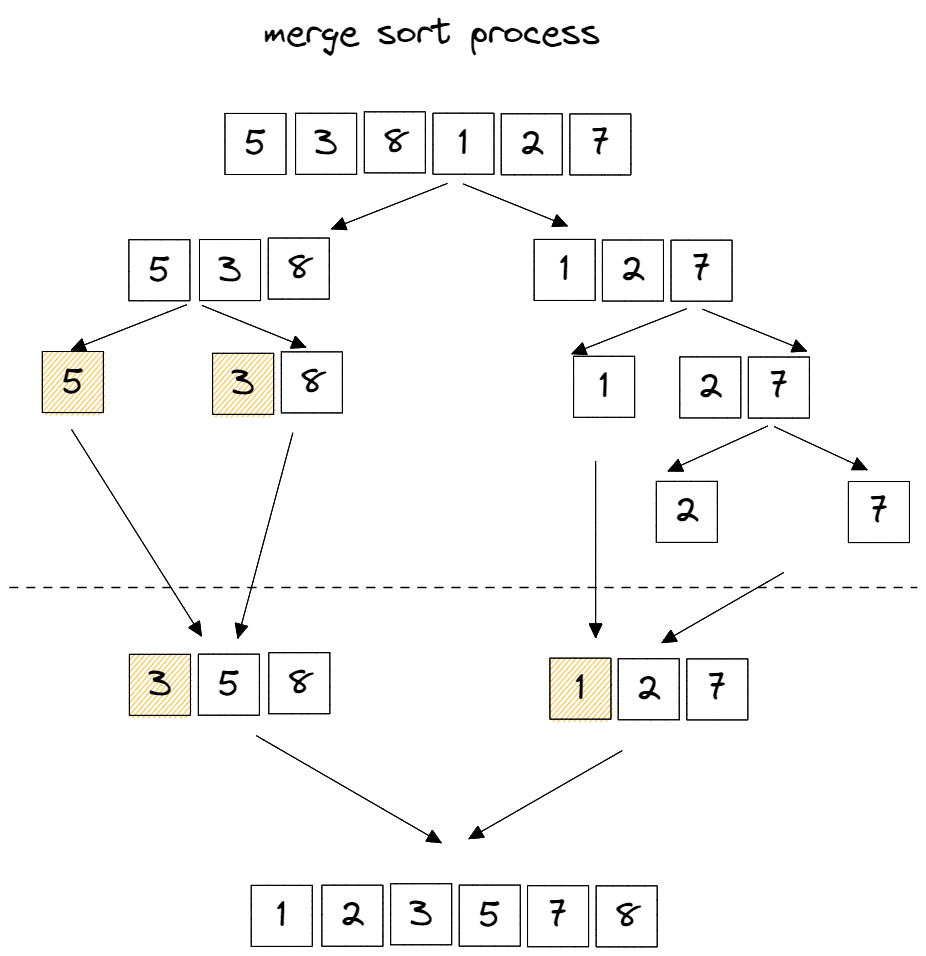
Earlier version of the Excalidraw export 12/yongki/assets/merge-sort-process.png (cs-study-org/algorithm-study). Source tidied: one line per element, renumbered; positions are measured from the earlier drawing's top-left corner, leaving out a move shared by most shapes.
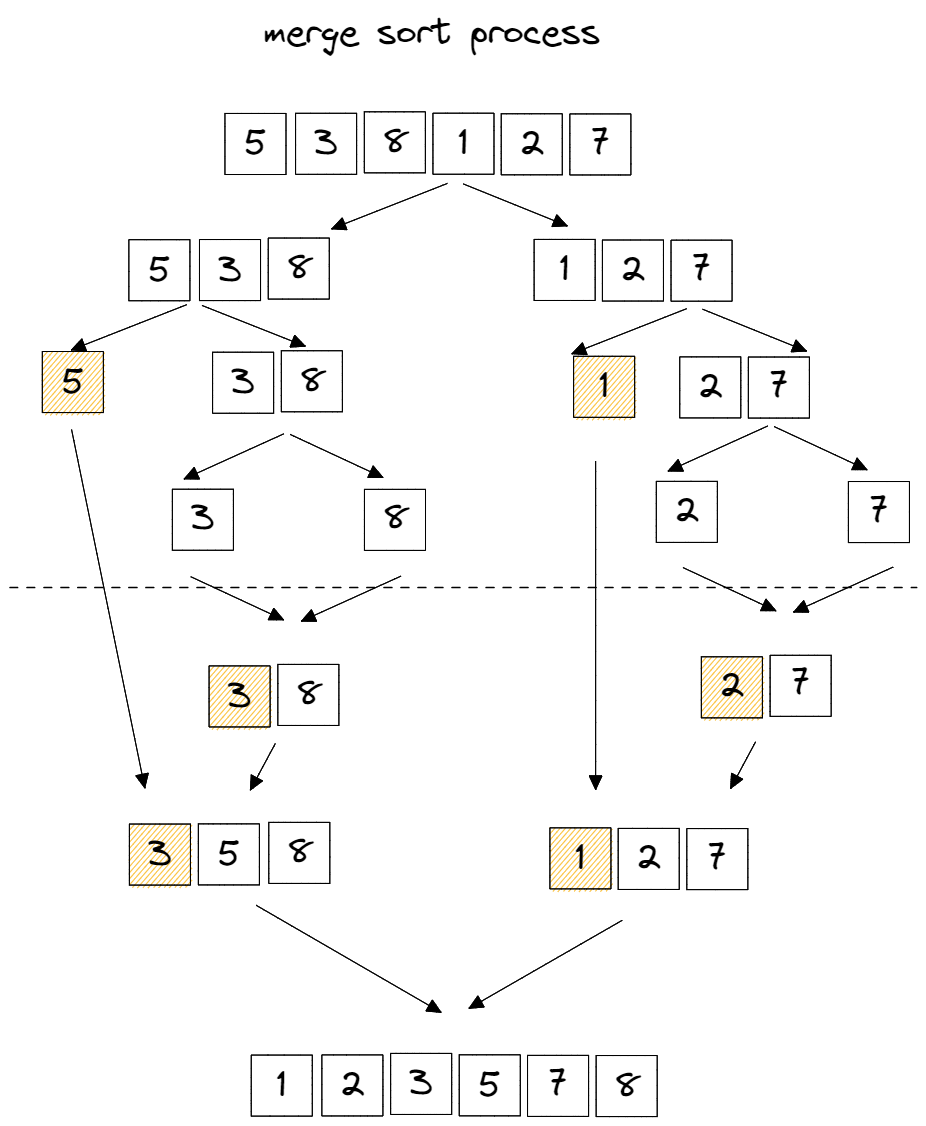
The same file after the commit.

Commit message:
:bento: Update merge sort process asset

Diff of the diagram source:
```diff
@@ -25,11 +25,11 @@
 {"id": 24, "type": "text", "text": "7", "strokeColor": "#000000", "strokeWidth": 1, "roughness": 0, "fontSize": 36, "fontFamily": 1, "textAlign": "center", "verticalAlign": "middle", "inside": 23, "x": 666, "y": 238, "width": 51, "height": 45}
 {"id": 25, "type": "rectangle", "strokeColor": "#000000", "backgroundColor": "#fab005", "fillStyle": "hachure", "strokeWidth": 1, "roughness": 0, "x": 32, "y": 342, "width": 61, "height": 61}
 {"id": 26, "type": "text", "text": "5", "strokeColor": "#000000", "strokeWidth": 1, "roughness": 0, "fontSize": 36, "fontFamily": 1, "textAlign": "center", "verticalAlign": "middle", "inside": 25, "x": 37, "y": 350, "width": 51, "height": 45}
-{"id": 27, "type": "rectangle", "strokeColor": "#000000", "backgroundColor": "#fab005", "fillStyle": "hachure", "strokeWidth": 1, "roughness": 0, "x": 203, "y": 343, "width": 61, "height": 61}
+{"id": 27, "type": "rectangle", "strokeColor": "#000000", "strokeWidth": 1, "roughness": 0, "x": 203, "y": 342, "width": 61, "height": 61}
-{"id": 28, "type": "text", "text": "3", "strokeColor": "#000000", "strokeWidth": 1, "roughness": 0, "fontSize": 36, "fontFamily": 1, "textAlign": "center", "verticalAlign": "middle", "inside": 27, "x": 208, "y": 351, "width": 51, "height": 45}
+{"id": 28, "type": "text", "text": "3", "strokeColor": "#000000", "strokeWidth": 1, "roughness": 0, "fontSize": 36, "fontFamily": 1, "textAlign": "center", "verticalAlign": "middle", "inside": 27, "x": 208, "y": 350, "width": 51, "height": 45}
-{"id": 29, "type": "rectangle", "strokeColor": "#000000", "strokeWidth": 1, "roughness": 0, "x": 271, "y": 342, "width": 61, "height": 61}
+{"id": 29, "type": "rectangle", "strokeColor": "#000000", "strokeWidth": 1, "roughness": 0, "x": 271, "y": 341, "width": 61, "height": 61}
-{"id": 30, "type": "text", "text": "8", "strokeColor": "#000000", "strokeWidth": 1, "roughness": 0, "fontSize": 36, "fontFamily": 1, "textAlign": "center", "verticalAlign": "middle", "inside": 29, "x": 276, "y": 350, "width": 51, "height": 45}
+{"id": 30, "type": "text", "text": "8", "strokeColor": "#000000", "strokeWidth": 1, "roughness": 0, "fontSize": 36, "fontFamily": 1, "textAlign": "center", "verticalAlign": "middle", "inside": 29, "x": 276, "y": 349, "width": 51, "height": 45}
-{"id": 31, "type": "rectangle", "strokeColor": "#000000", "strokeWidth": 1, "roughness": 0, "x": 564, "y": 346, "width": 61, "height": 61}
+{"id": 31, "type": "rectangle", "strokeColor": "#000000", "backgroundColor": "#fab005", "fillStyle": "hachure", "strokeWidth": 1, "roughness": 0, "x": 564, "y": 346, "width": 61, "height": 61}
 {"id": 32, "type": "text", "text": "1", "strokeColor": "#000000", "strokeWidth": 1, "roughness": 0, "fontSize": 36, "fontFamily": 1, "textAlign": "center", "verticalAlign": "middle", "inside": 31, "x": 569, "y": 354, "width": 51, "height": 45}
 {"id": 33, "type": "rectangle", "strokeColor": "#000000", "strokeWidth": 1, "roughness": 0, "x": 670, "y": 347, "width": 61, "height": 61}
 {"id": 34, "type": "text", "text": "2", "strokeColor": "#000000", "strokeWidth": 1, "roughness": 0, "fontSize": 36, "fontFamily": 1, "textAlign": "center", "verticalAlign": "middle", "inside": 33, "x": 675, "y": 355, "width": 51, "height": 45}
@@ -42,39 +42,57 @@
 {"id": 41, "type": "arrow", "strokeColor": "#000000", "strokeWidth": 1, "roughness": 0, "endArrowhead": "triangle", "from": 6, "to": 17, "x": 437, "y": 173, "width": 115, "height": 45, "points": [[0, 0], [-115, 45]]}
 {"id": 42, "type": "arrow", "strokeColor": "#000000", "strokeWidth": 1, "roughness": 0, "endArrowhead": "triangle", "from": 6, "to": 19, "x": 453, "y": 174, "width": 104, "height": 42, "points": [[0, 0], [104, 42]]}
 {"id": 43, "type": "arrow", "strokeColor": "#000000", "strokeWidth": 1, "roughness": 0, "endArrowhead": "triangle", "from": 15, "to": 25, "x": 177, "y": 295, "width": 115, "height": 45, "points": [[0, 0], [-115, 45]]}
-{"id": 44, "type": "arrow", "strokeColor": "#000000", "strokeWidth": 1, "roughness": 0, "endArrowhead": "triangle", "from": 15, "to": 29, "x": 192, "y": 295, "width": 104, "height": 42, "points": [[0, 0], [104, 42]]}
+{"id": 44, "type": "arrow", "strokeColor": "#000000", "strokeWidth": 1, "roughness": 0, "endArrowhead": "triangle", "from": 15, "to": 29, "x": 192, "y": 295, "width": 103, "height": 41, "points": [[0, 0], [103, 41]]}
 {"id": 45, "type": "arrow", "strokeColor": "#000000", "strokeWidth": 1, "roughness": 0, "endArrowhead": "triangle", "from": 23, "to": 31, "x": 677, "y": 299, "width": 115, "height": 45, "points": [[0, 0], [-115, 45]]}
 {"id": 46, "type": "arrow", "strokeColor": "#000000", "strokeWidth": 1, "roughness": 0, "endArrowhead": "triangle", "from": 23, "to": 35, "x": 693, "y": 299, "width": 104, "height": 42, "points": [[0, 0], [104, 42]]}
 {"id": 47, "type": "arrow", "strokeColor": "#000000", "strokeWidth": 1, "roughness": 0, "endArrowhead": "triangle", "from": 35, "to": 37, "x": 758, "y": 416, "width": 99, "height": 45, "points": [[0, 0], [-99, 45]]}
 {"id": 48, "type": "arrow", "strokeColor": "#000000", "strokeWidth": 1, "roughness": 0, "endArrowhead": "triangle", "from": 35, "to": 39, "x": 764, "y": 417, "width": 93, "height": 43, "points": [[0, 0], [93, 43]]}
-{"id": 49, "type": "rectangle", "strokeColor": "#000000", "backgroundColor": "#fab005", "fillStyle": "hachure", "strokeWidth": 1, "roughness": 0, "x": 119, "y": 644, "width": 61, "height": 61}
+{"id": 49, "type": "rectangle", "strokeColor": "#000000", "backgroundColor": "#fab005", "fillStyle": "hachure", "strokeWidth": 1, "roughness": 0, "x": 119, "y": 814, "width": 61, "height": 61}
-{"id": 50, "type": "text", "text": "3", "strokeColor": "#000000", "strokeWidth": 1, "roughness": 0, "fontSize": 36, "fontFamily": 1, "textAlign": "center", "verticalAlign": "middle", "inside": 49, "x": 124, "y": 652, "width": 51, "height": 45}
+{"id": 50, "type": "text", "text": "3", "strokeColor": "#000000", "strokeWidth": 1, "roughness": 0, "fontSize": 36, "fontFamily": 1, "textAlign": "center", "verticalAlign": "middle", "inside": 49, "x": 124, "y": 822, "width": 51, "height": 45}
-{"id": 51, "type": "rectangle", "strokeColor": "#000000", "strokeWidth": 1, "roughness": 0, "x": 188, "y": 644, "width": 61, "height": 61}
+{"id": 51, "type": "rectangle", "strokeColor": "#000000", "strokeWidth": 1, "roughness": 0, "x": 188, "y": 814, "width": 61, "height": 61}
-{"id": 52, "type": "text", "text": "5", "strokeColor": "#000000", "strokeWidth": 1, "roughness": 0, "fontSize": 36, "fontFamily": 1, "textAlign": "center", "verticalAlign": "middle", "inside": 51, "x": 193, "y": 652, "width": 51, "height": 45}
+{"id": 52, "type": "text", "text": "5", "strokeColor": "#000000", "strokeWidth": 1, "roughness": 0, "fontSize": 36, "fontFamily": 1, "textAlign": "center", "verticalAlign": "middle", "inside": 51, "x": 193, "y": 822, "width": 51, "height": 45}
-{"id": 53, "type": "rectangle", "strokeColor": "#000000", "strokeWidth": 1, "roughness": 0, "x": 259, "y": 643, "width": 61, "height": 61}
+{"id": 53, "type": "rectangle", "strokeColor": "#000000", "strokeWidth": 1, "roughness": 0, "x": 259, "y": 812, "width": 61, "height": 61}
-{"id": 54, "type": "text", "text": "8", "strokeColor": "#000000", "strokeWidth": 1, "roughness": 0, "fontSize": 36, "fontFamily": 1, "textAlign": "center", "verticalAlign": "middle", "inside": 53, "x": 264, "y": 651, "width": 51, "height": 45}
+{"id": 54, "type": "text", "text": "8", "strokeColor": "#000000", "strokeWidth": 1, "roughness": 0, "fontSize": 36, "fontFamily": 1, "textAlign": "center", "verticalAlign": "middle", "inside": 53, "x": 264, "y": 820, "width": 51, "height": 45}
-{"id": 55, "type": "rectangle", "strokeColor": "#000000", "backgroundColor": "#fab005", "fillStyle": "hachure", "strokeWidth": 1, "roughness": 0, "x": 540, "y": 648, "width": 61, "height": 61}
+{"id": 55, "type": "rectangle", "strokeColor": "#000000", "backgroundColor": "#fab005", "fillStyle": "hachure", "strokeWidth": 1, "roughness": 0, "x": 540, "y": 818, "width": 61, "height": 61}
-{"id": 56, "type": "text", "text": "1", "strokeColor": "#000000", "strokeWidth": 1, "roughness": 0, "fontSize": 36, "fontFamily": 1, "textAlign": "center", "verticalAlign": "middle", "inside": 55, "x": 545, "y": 656, "width": 51, "height": 45}
+{"id": 56, "type": "text", "text": "1", "strokeColor": "#000000", "strokeWidth": 1, "roughness": 0, "fontSize": 36, "fontFamily": 1, "textAlign": "center", "verticalAlign": "middle", "inside": 55, "x": 545, "y": 826, "width": 51, "height": 45}
-{"id": 57, "type": "rectangle", "strokeColor": "#000000", "strokeWidth": 1, "roughness": 0, "x": 608, "y": 649, "width": 61, "height": 61}
+{"id": 57, "type": "rectangle", "strokeColor": "#000000", "strokeWidth": 1, "roughness": 0, "x": 608, "y": 818, "width": 61, "height": 61}
-{"id": 58, "type": "text", "text": "2", "strokeColor": "#000000", "strokeWidth": 1, "roughness": 0, "fontSize": 36, "fontFamily": 1, "textAlign": "center", "verticalAlign": "middle", "inside": 57, "x": 613, "y": 657, "width": 51, "height": 45}
+{"id": 58, "type": "text", "text": "2", "strokeColor": "#000000", "strokeWidth": 1, "roughness": 0, "fontSize": 36, "fontFamily": 1, "textAlign": "center", "verticalAlign": "middle", "inside": 57, "x": 613, "y": 826, "width": 51, "height": 45}
-{"id": 59, "type": "rectangle", "strokeColor": "#000000", "strokeWidth": 1, "roughness": 0, "x": 677, "y": 649, "width": 61, "height": 61}
+{"id": 59, "type": "rectangle", "strokeColor": "#000000", "strokeWidth": 1, "roughness": 0, "x": 677, "y": 819, "width": 61, "height": 61}
-{"id": 60, "type": "text", "text": "7", "strokeColor": "#000000", "strokeWidth": 1, "roughness": 0, "fontSize": 36, "fontFamily": 1, "textAlign": "center", "verticalAlign": "middle", "inside": 59, "x": 682, "y": 657, "width": 51, "height": 45}
+{"id": 60, "type": "text", "text": "7", "strokeColor": "#000000", "strokeWidth": 1, "roughness": 0, "fontSize": 36, "fontFamily": 1, "textAlign": "center", "verticalAlign": "middle", "inside": 59, "x": 682, "y": 827, "width": 51, "height": 45}
-{"id": 61, "type": "arrow", "strokeColor": "#000000", "backgroundColor": "#fab005", "fillStyle": "hachure", "strokeWidth": 1, "roughness": 0, "endArrowhead": "triangle", "x": 62, "y": 419, "width": 130, "height": 206, "points": [[0, 0], [130, 206]]}
+{"id": 61, "type": "arrow", "strokeColor": "#000000", "backgroundColor": "#fab005", "fillStyle": "hachure", "strokeWidth": 1, "roughness": 0, "endArrowhead": "triangle", "x": 62, "y": 419, "width": 73, "height": 358, "points": [[0, 0], [73, 358]]}
 {"id": 62, "type": "line", "strokeColor": "#000000", "backgroundColor": "#fab005", "fillStyle": "hachure", "strokeWidth": 1, "strokeStyle": "dashed", "roughness": 0, "x": 0, "y": 578, "width": 907, "height": 0, "points": [[0, 0], [907, 0]]}
-{"id": 63, "type": "arrow", "strokeColor": "#000000", "backgroundColor": "#fab005", "fillStyle": "hachure", "strokeWidth": 1, "roughness": 0, "endArrowhead": "triangle", "x": 283, "y": 423, "width": 55, "height": 205, "points": [[0, 0], [-55, 205]]}
-{"id": 64, "type": "arrow", "strokeColor": "#000000", "backgroundColor": "#fab005", "fillStyle": "hachure", "strokeWidth": 1, "roughness": 0, "endArrowhead": "triangle", "x": 586, "y": 451, "width": 0, "height": 176, "points": [[0, 0], [0, 176]]}
+{"id": 64, "type": "arrow", "strokeColor": "#000000", "backgroundColor": "#fab005", "fillStyle": "hachure", "strokeWidth": 1, "roughness": 0, "endArrowhead": "triangle", "x": 586, "y": 451, "width": 0, "height": 328, "points": [[0, 0], [0, 328]]}
-{"id": 65, "type": "arrow", "strokeColor": "#000000", "backgroundColor": "#fab005", "fillStyle": "hachure", "strokeWidth": 1, "roughness": 0, "endArrowhead": "triangle", "to": 57, "x": 774, "y": 563, "width": 121, "height": 70, "points": [[0, 0], [-121, 70]]}
-{"id": 66, "type": "rectangle", "strokeColor": "#000000", "strokeWidth": 1, "roughness": 0, "x": 241, "y": 875, "width": 61, "height": 61}
+{"id": 66, "type": "rectangle", "strokeColor": "#000000", "strokeWidth": 1, "roughness": 0, "x": 241, "y": 1045, "width": 61, "height": 61}
-{"id": 67, "type": "text", "text": "1", "strokeColor": "#000000", "strokeWidth": 1, "roughness": 0, "fontSize": 36, "fontFamily": 1, "textAlign": "center", "verticalAlign": "middle", "inside": 66, "x": 246, "y": 883, "width": 51, "height": 45}
+{"id": 67, "type": "text", "text": "1", "strokeColor": "#000000", "strokeWidth": 1, "roughness": 0, "fontSize": 36, "fontFamily": 1, "textAlign": "center", "verticalAlign": "middle", "inside": 66, "x": 246, "y": 1053, "width": 51, "height": 45}
-{"id": 68, "type": "rectangle", "strokeColor": "#000000", "strokeWidth": 1, "roughness": 0, "x": 312, "y": 875, "width": 61, "height": 61}
+{"id": 68, "type": "rectangle", "strokeColor": "#000000", "strokeWidth": 1, "roughness": 0, "x": 312, "y": 1045, "width": 61, "height": 61}
-{"id": 69, "type": "text", "text": "2", "strokeColor": "#000000", "strokeWidth": 1, "roughness": 0, "fontSize": 36, "fontFamily": 1, "textAlign": "center", "verticalAlign": "middle", "inside": 68, "x": 317, "y": 883, "width": 51, "height": 45}
+{"id": 69, "type": "text", "text": "2", "strokeColor": "#000000", "strokeWidth": 1, "roughness": 0, "fontSize": 36, "fontFamily": 1, "textAlign": "center", "verticalAlign": "middle", "inside": 68, "x": 317, "y": 1053, "width": 51, "height": 45}
-{"id": 70, "type": "rectangle", "strokeColor": "#000000", "strokeWidth": 1, "roughness": 0, "x": 381, "y": 874, "width": 61, "height": 61}
+{"id": 70, "type": "rectangle", "strokeColor": "#000000", "strokeWidth": 1, "roughness": 0, "x": 381, "y": 1043, "width": 61, "height": 61}
-{"id": 71, "type": "text", "text": "3", "strokeColor": "#000000", "strokeWidth": 1, "roughness": 0, "fontSize": 36, "fontFamily": 1, "textAlign": "center", "verticalAlign": "middle", "inside": 70, "x": 386, "y": 882, "width": 51, "height": 45}
+{"id": 71, "type": "text", "text": "3", "strokeColor": "#000000", "strokeWidth": 1, "roughness": 0, "fontSize": 36, "fontFamily": 1, "textAlign": "center", "verticalAlign": "middle", "inside": 70, "x": 386, "y": 1051, "width": 51, "height": 45}
-{"id": 72, "type": "rectangle", "strokeColor": "#000000", "strokeWidth": 1, "roughness": 0, "x": 449, "y": 875, "width": 61, "height": 61}
+{"id": 72, "type": "rectangle", "strokeColor": "#000000", "strokeWidth": 1, "roughness": 0, "x": 449, "y": 1045, "width": 61, "height": 61}
-{"id": 73, "type": "text", "text": "5", "strokeColor": "#000000", "strokeWidth": 1, "roughness": 0, "fontSize": 36, "fontFamily": 1, "textAlign": "center", "verticalAlign": "middle", "inside": 72, "x": 454, "y": 883, "width": 51, "height": 45}
+{"id": 73, "type": "text", "text": "5", "strokeColor": "#000000", "strokeWidth": 1, "roughness": 0, "fontSize": 36, "fontFamily": 1, "textAlign": "center", "verticalAlign": "middle", "inside": 72, "x": 454, "y": 1053, "width": 51, "height": 45}
-{"id": 74, "type": "rectangle", "strokeColor": "#000000", "strokeWidth": 1, "roughness": 0, "x": 518, "y": 876, "width": 61, "height": 61}
+{"id": 74, "type": "rectangle", "strokeColor": "#000000", "strokeWidth": 1, "roughness": 0, "x": 518, "y": 1045, "width": 61, "height": 61}
-{"id": 75, "type": "text", "text": "7", "strokeColor": "#000000", "strokeWidth": 1, "roughness": 0, "fontSize": 36, "fontFamily": 1, "textAlign": "center", "verticalAlign": "middle", "inside": 74, "x": 523, "y": 884, "width": 51, "height": 45}
+{"id": 75, "type": "text", "text": "7", "strokeColor": "#000000", "strokeWidth": 1, "roughness": 0, "fontSize": 36, "fontFamily": 1, "textAlign": "center", "verticalAlign": "middle", "inside": 74, "x": 523, "y": 1053, "width": 51, "height": 45}
-{"id": 76, "type": "rectangle", "strokeColor": "#000000", "strokeWidth": 1, "roughness": 0, "x": 586, "y": 876, "width": 61, "height": 61}
+{"id": 76, "type": "rectangle", "strokeColor": "#000000", "strokeWidth": 1, "roughness": 0, "x": 586, "y": 1046, "width": 61, "height": 61}
-{"id": 77, "type": "text", "text": "8", "strokeColor": "#000000", "strokeWidth": 1, "roughness": 0, "fontSize": 36, "fontFamily": 1, "textAlign": "center", "verticalAlign": "middle", "inside": 76, "x": 591, "y": 884, "width": 51, "height": 45}
+{"id": 77, "type": "text", "text": "8", "strokeColor": "#000000", "strokeWidth": 1, "roughness": 0, "fontSize": 36, "fontFamily": 1, "textAlign": "center", "verticalAlign": "middle", "inside": 76, "x": 591, "y": 1054, "width": 51, "height": 45}
-{"id": 78, "type": "arrow", "strokeColor": "#000000", "backgroundColor": "#fab005", "fillStyle": "hachure", "strokeWidth": 1, "roughness": 0, "endArrowhead": "triangle", "to": 70, "x": 246, "y": 726, "width": 185, "height": 107, "points": [[0, 0], [185, 107]]}
+{"id": 78, "type": "arrow", "strokeColor": "#000000", "backgroundColor": "#fab005", "fillStyle": "hachure", "strokeWidth": 1, "roughness": 0, "endArrowhead": "triangle", "x": 246, "y": 895, "width": 185, "height": 107, "points": [[0, 0], [185, 107]]}
-{"id": 79, "type": "arrow", "strokeColor": "#000000", "backgroundColor": "#fab005", "fillStyle": "hachure", "strokeWidth": 1, "roughness": 0, "endArrowhead": "triangle", "x": 612, "y": 741, "width": 153, "height": 88, "points": [[0, 0], [-153, 88]]}
+{"id": 79, "type": "arrow", "strokeColor": "#000000", "backgroundColor": "#fab005", "fillStyle": "hachure", "strokeWidth": 1, "roughness": 0, "endArrowhead": "triangle", "x": 612, "y": 910, "width": 153, "height": 88, "points": [[0, 0], [-153, 88]]}
+{"id": 80, "type": "rectangle", "strokeColor": "#000000", "strokeWidth": 1, "roughness": 0, "x": 162, "y": 479, "width": 61, "height": 61}
+{"id": 81, "type": "text", "text": "3", "strokeColor": "#000000", "strokeWidth": 1, "roughness": 0, "fontSize": 36, "fontFamily": 1, "textAlign": "center", "verticalAlign": "middle", "inside": 80, "x": 167, "y": 487, "width": 51, "height": 45}
+{"id": 82, "type": "rectangle", "strokeColor": "#000000", "strokeWidth": 1, "roughness": 0, "x": 354, "y": 479, "width": 61, "height": 61}
+{"id": 83, "type": "text", "text": "8", "strokeColor": "#000000", "strokeWidth": 1, "roughness": 0, "fontSize": 36, "fontFamily": 1, "textAlign": "center", "verticalAlign": "middle", "inside": 82, "x": 359, "y": 487, "width": 51, "height": 45}
+{"id": 84, "type": "arrow", "strokeColor": "#000000", "strokeWidth": 1, "roughness": 0, "endArrowhead": "triangle", "to": 80, "x": 274, "y": 424, "width": 99, "height": 45, "points": [[0, 0], [-99, 45]]}
+{"id": 85, "type": "arrow", "strokeColor": "#000000", "strokeWidth": 1, "roughness": 0, "endArrowhead": "triangle", "to": 82, "x": 280, "y": 424, "width": 93, "height": 43, "points": [[0, 0], [93, 43]]}
+{"id": 86, "type": "rectangle", "strokeColor": "#000000", "backgroundColor": "#fab005", "fillStyle": "hachure", "strokeWidth": 1, "roughness": 0, "x": 199, "y": 656, "width": 61, "height": 61}
+{"id": 87, "type": "text", "text": "3", "strokeColor": "#000000", "strokeWidth": 1, "roughness": 0, "fontSize": 36, "fontFamily": 1, "textAlign": "center", "verticalAlign": "middle", "inside": 86, "x": 204, "y": 664, "width": 51, "height": 45}
+{"id": 88, "type": "rectangle", "strokeColor": "#000000", "strokeWidth": 1, "roughness": 0, "x": 268, "y": 654, "width": 61, "height": 61}
+{"id": 89, "type": "text", "text": "8", "strokeColor": "#000000", "strokeWidth": 1, "roughness": 0, "fontSize": 36, "fontFamily": 1, "textAlign": "center", "verticalAlign": "middle", "inside": 88, "x": 273, "y": 662, "width": 51, "height": 45}
+{"id": 90, "type": "arrow", "strokeColor": "#000000", "strokeWidth": 1, "roughness": 0, "endArrowhead": "triangle", "x": 391, "y": 566, "width": 99, "height": 45, "points": [[0, 0], [-99, 45]]}
+{"id": 91, "type": "arrow", "strokeColor": "#000000", "strokeWidth": 1, "roughness": 0, "endArrowhead": "triangle", "x": 181, "y": 567, "width": 93, "height": 43, "points": [[0, 0], [93, 43]]}
+{"id": 92, "type": "arrow", "strokeColor": "#000000", "strokeWidth": 1, "roughness": 0, "endArrowhead": "triangle", "x": 265, "y": 733, "width": 25, "height": 46, "points": [[0, 0], [-25, 46]]}
+{"id": 93, "type": "rectangle", "strokeColor": "#000000", "backgroundColor": "#fab005", "fillStyle": "hachure", "strokeWidth": 1, "roughness": 0, "x": 691, "y": 647, "width": 61, "height": 61}
+{"id": 94, "type": "text", "text": "2", "strokeColor": "#000000", "strokeWidth": 1, "roughness": 0, "fontSize": 36, "fontFamily": 1, "textAlign": "center", "verticalAlign": "middle", "inside": 93, "x": 696, "y": 655, "width": 51, "height": 45}
+{"id": 95, "type": "rectangle", "strokeColor": "#000000", "strokeWidth": 1, "roughness": 0, "x": 760, "y": 645, "width": 61, "height": 61}
+{"id": 96, "type": "text", "text": "7", "strokeColor": "#000000", "strokeWidth": 1, "roughness": 0, "fontSize": 36, "fontFamily": 1, "textAlign": "center", "verticalAlign": "middle", "inside": 95, "x": 765, "y": 653, "width": 51, "height": 45}
+{"id": 97, "type": "arrow", "strokeColor": "#000000", "strokeWidth": 1, "roughness": 0, "endArrowhead": "triangle", "x": 883, "y": 557, "width": 99, "height": 45, "points": [[0, 0], [-99, 45]]}
+{"id": 98, "type": "arrow", "strokeColor": "#000000", "strokeWidth": 1, "roughness": 0, "endArrowhead": "triangle", "x": 673, "y": 558, "width": 93, "height": 43, "points": [[0, 0], [93, 43]]}
+{"id": 99, "type": "arrow", "strokeColor": "#000000", "strokeWidth": 1, "roughness": 0, "endArrowhead": "triangle", "x": 746, "y": 732, "width": 25, "height": 46, "points": [[0, 0], [-25, 46]]}
```
